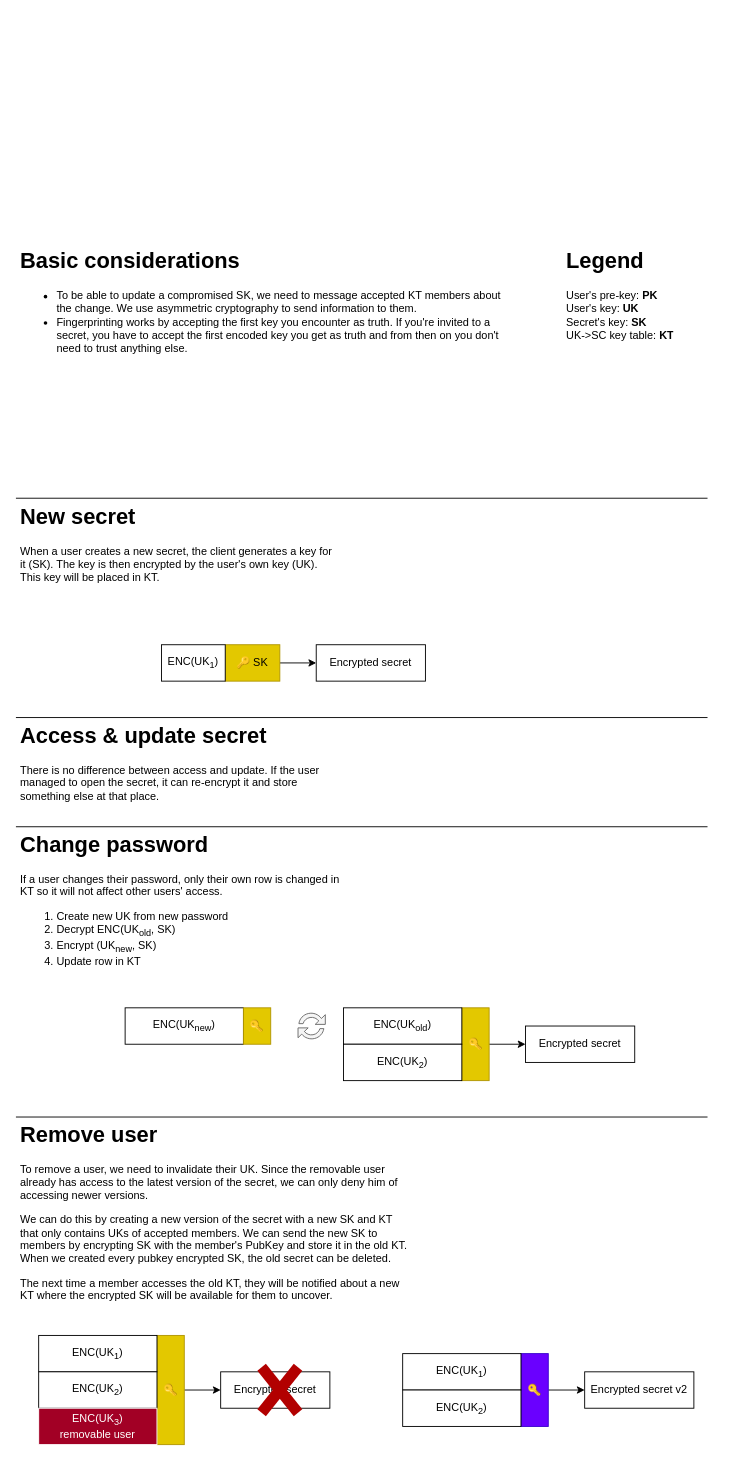
Above: docs/crypto.drawio in jbebe/lowpass (draw.io), before the change. Source tidied: cells renumbered, new cells numbered last; positions are measured from the earlier drawing's top-left corner, leaving out a move shared by most shapes. Both pictures are drawn from the tidied source at 91%, with x=0, y=0 at pixel (15, 243).
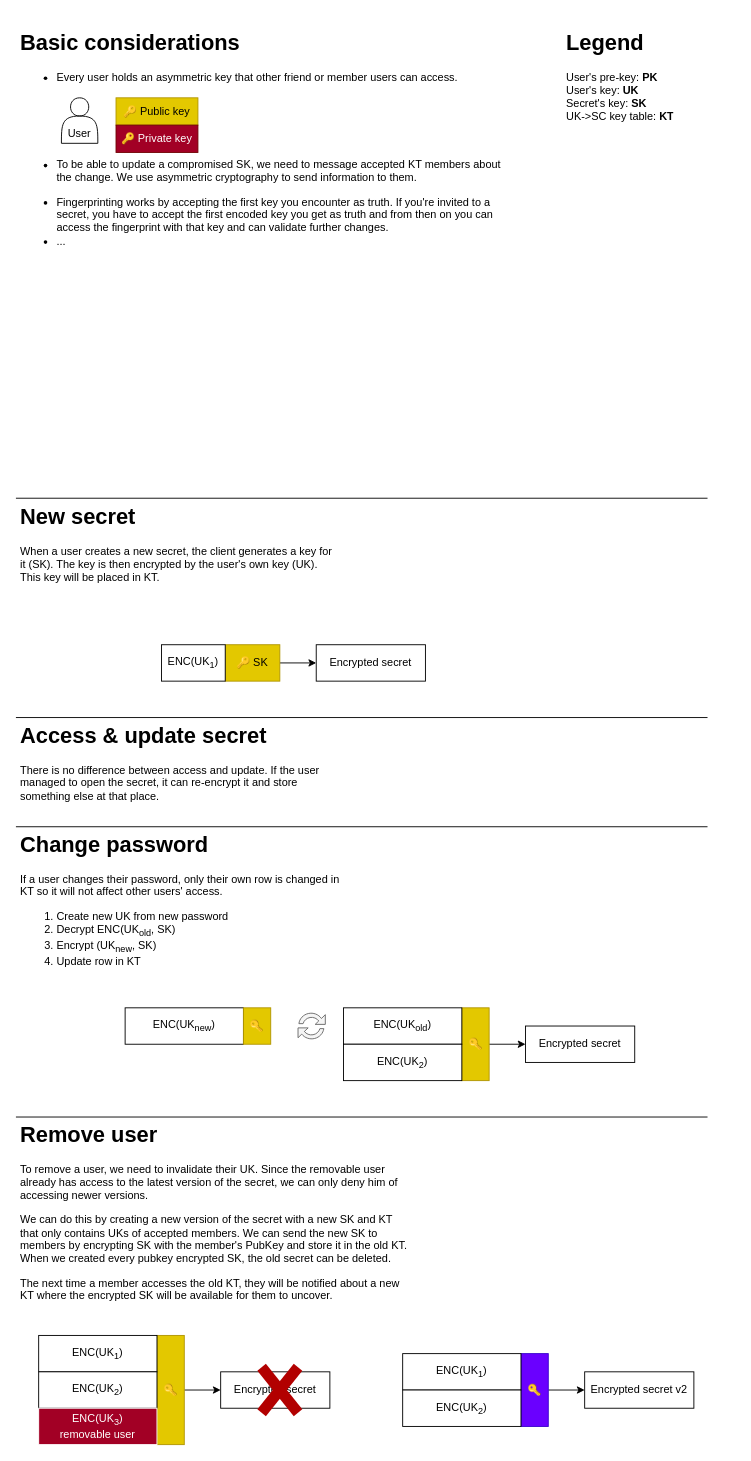
The same page after the edit.

Diff of the diagram source:
```diff
@@
     <mxCell id="9" value="&lt;h1&gt;Legend&lt;/h1&gt;&lt;p&gt;User's pre-key: &lt;b&gt;PK&lt;/b&gt;&lt;br&gt;User's key: &lt;b&gt;UK&lt;/b&gt;&lt;br&gt;Secret's key: &lt;b&gt;SK&lt;/b&gt;&lt;br&gt;UK-&amp;gt;SC&amp;nbsp;key table: &lt;b&gt;KT&lt;/b&gt;&lt;/p&gt;" style="text;html=1;strokeColor=none;fillColor=none;spacing=5;spacingTop=-20;whiteSpace=wrap;overflow=hidden;rounded=0;" parent="1" vertex="1">
-      <mxGeometry x="600" width="190" height="120" as="geometry" />
+      <mxGeometry x="600" y="-240" width="190" height="120" as="geometry" />
     </mxCell>
@@
-    <mxCell id="18" value="&lt;h1&gt;Basic considerations&lt;/h1&gt;&lt;p&gt;&lt;/p&gt;&lt;ul&gt;&lt;li&gt;&lt;span&gt;To be able to update a compromised SK, we need to message accepted KT members about the change. We use asymmetric cryptography to send information to them.&lt;/span&gt;&lt;br&gt;&lt;/li&gt;&lt;li&gt;Fingerprinting works by accepting the first key you encounter as truth. If you're invited to a secret, you have to accept the first encoded key you get as truth and from then on you don't need to trust anything else.&lt;/li&gt;&lt;/ul&gt;&lt;p&gt;&lt;/p&gt;" style="text;html=1;strokeColor=none;fillColor=none;spacing=5;spacingTop=-20;whiteSpace=wrap;overflow=hidden;rounded=0;" parent="1" vertex="1">
-      <mxGeometry width="550" height="220" as="geometry" />
+    <mxCell id="18" value="&lt;h1&gt;Basic considerations&lt;/h1&gt;&lt;p&gt;&lt;/p&gt;&lt;ul&gt;&lt;li&gt;&lt;span&gt;Every user holds an asymmetric key that other friend or member users can access.&lt;/span&gt;&lt;/li&gt;&lt;/ul&gt;&lt;div&gt;&lt;br&gt;&lt;/div&gt;&lt;div&gt;&lt;br&gt;&lt;/div&gt;&lt;div&gt;&lt;br&gt;&lt;/div&gt;&lt;div&gt;&lt;br&gt;&lt;/div&gt;&lt;div&gt;&lt;ul&gt;&lt;li&gt;&lt;span&gt;To be able to update a compromised SK, we need to message accepted KT members about the change. We use asymmetric cryptography to send information to them.&lt;/span&gt;&lt;/li&gt;&lt;/ul&gt;&lt;/div&gt;&lt;div&gt;&lt;ul&gt;&lt;li&gt;Fingerprinting works by accepting the first key you encounter as truth. If you're invited to a secret, you have to accept the first encoded key you get as truth and from then on you can access the fingerprint with that key and can validate further changes.&lt;/li&gt;&lt;li&gt;...&lt;/li&gt;&lt;/ul&gt;&lt;/div&gt;&lt;p&gt;&lt;/p&gt;" style="text;html=1;strokeColor=none;fillColor=none;spacing=5;spacingTop=-20;whiteSpace=wrap;overflow=hidden;rounded=0;" parent="1" vertex="1">
+      <mxGeometry y="-240" width="550" height="340" as="geometry" />
     </mxCell>
@@
+    <mxCell id="38" value="&lt;br&gt;&lt;br&gt;User" style="shape=actor;whiteSpace=wrap;html=1;" parent="1" vertex="1">
+      <mxGeometry x="50" y="-160" width="40" height="50" as="geometry" />
+    </mxCell>
+    <mxCell id="39" value="🔑 Public key" style="rounded=0;whiteSpace=wrap;html=1;fillColor=#e3c800;strokeColor=#B09500;fontColor=#000000;" parent="1" vertex="1">
+      <mxGeometry x="110" y="-160" width="90" height="30" as="geometry" />
+    </mxCell>
+    <mxCell id="40" value="&lt;span style=&quot;color: rgb(0 , 0 , 0)&quot;&gt;🔑&amp;nbsp;&lt;/span&gt;Private key" style="rounded=0;whiteSpace=wrap;html=1;fillColor=#a20025;strokeColor=#6F0000;fontColor=#ffffff;" parent="1" vertex="1">
+      <mxGeometry x="110" y="-130" width="90" height="30" as="geometry" />
+    </mxCell>
```
